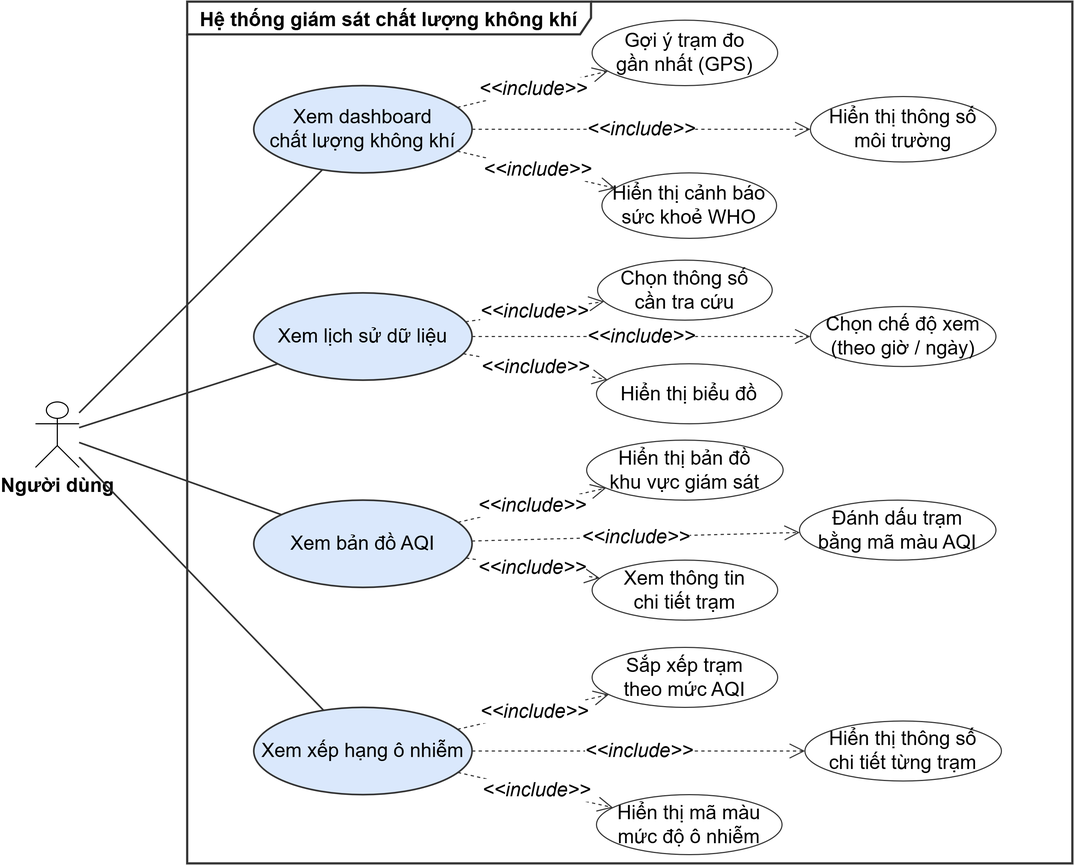
The draw.io diagram docs/SOICT_DATN_Application_VIE_Template/Hinhve/usecase_user.png in Ductham95/datn, before a commit. Source tidied: cells renumbered, new cells last; positions are measured from the earlier drawing's top-left corner, leaving out a move shared by most shapes.
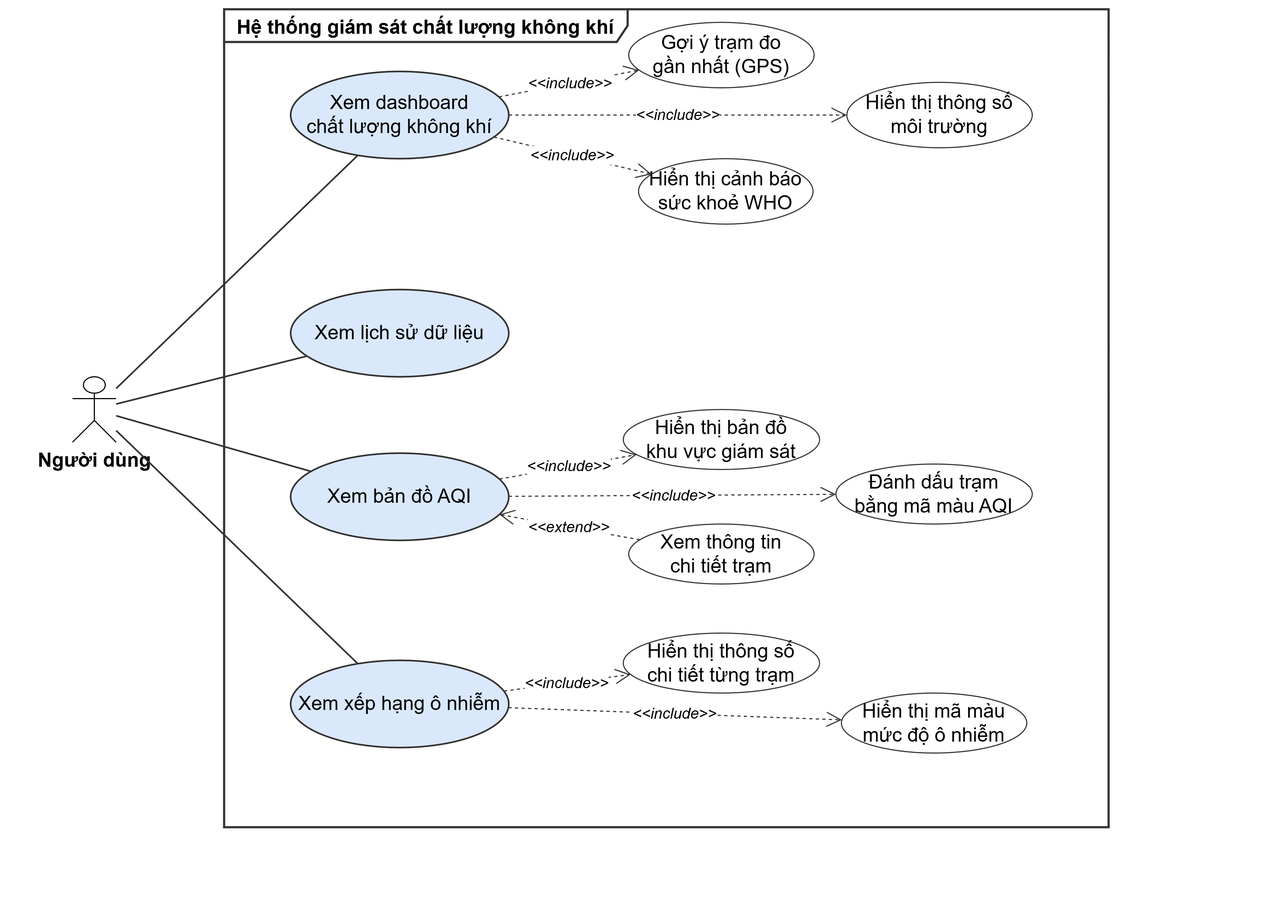
Above is the later version.

The edit, as a diff of the source:
```diff
@@ -3,58 +3,46 @@
     <mxCell id="0" />
     <mxCell id="1" parent="0" />
     <mxCell id="2" value="Hệ thống giám sát chất lượng không khí" style="shape=umlFrame;whiteSpace=wrap;html=1;width=370;height=30;boundedLbl=1;verticalAlign=top;align=left;spacingLeft=10;fontSize=18;fontStyle=1;fontFamily=Arial;fillColor=none;strokeColor=#333333;strokeWidth=2;" parent="1" vertex="1">
-      <mxGeometry x="139" width="811" height="790" as="geometry" />
+      <mxGeometry x="139" width="811" height="750" as="geometry" />
     </mxCell>
     <mxCell id="3" value="Người dùng" style="shape=umlActor;verticalLabelPosition=bottom;verticalAlign=top;html=1;outlineConnect=0;fontSize=18;fontFamily=Arial;fontStyle=1;" parent="1" vertex="1">
-      <mxGeometry y="367" width="40" height="60" as="geometry" />
+      <mxGeometry y="337" width="40" height="60" as="geometry" />
     </mxCell>
     <mxCell id="4" value="Xem dashboard&#10;chất lượng không khí" style="ellipse;whiteSpace=wrap;html=1;fontSize=18;fontFamily=Arial;fillColor=#DAE8FC;strokeColor=#333333;strokeWidth=1.5;" parent="1" vertex="1">
-      <mxGeometry x="200" y="77" width="200" height="80" as="geometry" />
+      <mxGeometry x="200" y="57" width="200" height="80" as="geometry" />
     </mxCell>
     <mxCell id="5" value="Gợi ý trạm đo&#10;gần nhất (GPS)" style="ellipse;whiteSpace=wrap;html=1;fontSize=18;fontFamily=Arial;fillColor=#FFFFFF;strokeColor=#333333;strokeWidth=1;" parent="1" vertex="1">
-      <mxGeometry x="510" y="17" width="170" height="60" as="geometry" />
+      <mxGeometry x="510" y="12" width="170" height="60" as="geometry" />
     </mxCell>
     <mxCell id="6" value="Hiển thị thông số&#10;môi trường" style="ellipse;whiteSpace=wrap;html=1;fontSize=18;fontFamily=Arial;fillColor=#FFFFFF;strokeColor=#333333;strokeWidth=1;" parent="1" vertex="1">
-      <mxGeometry x="710" y="87" width="170" height="60" as="geometry" />
+      <mxGeometry x="710" y="67" width="170" height="60" as="geometry" />
     </mxCell>
     <mxCell id="7" value="Hiển thị cảnh báo&#10;sức khoẻ WHO" style="ellipse;whiteSpace=wrap;html=1;fontSize=18;fontFamily=Arial;fillColor=#FFFFFF;strokeColor=#333333;strokeWidth=1;" parent="1" vertex="1">
-      <mxGeometry x="519" y="157" width="160" height="60" as="geometry" />
+      <mxGeometry x="519" y="137" width="160" height="60" as="geometry" />
     </mxCell>
     <mxCell id="8" value="Xem lịch sử dữ liệu" style="ellipse;whiteSpace=wrap;html=1;fontSize=18;fontFamily=Arial;fillColor=#DAE8FC;strokeColor=#333333;strokeWidth=1.5;" parent="1" vertex="1">
-      <mxGeometry x="200" y="267" width="200" height="80" as="geometry" />
+      <mxGeometry x="200" y="257" width="200" height="80" as="geometry" />
     </mxCell>
-    <mxCell id="9" value="Chọn thông số&#10;cần tra cứu" style="ellipse;whiteSpace=wrap;html=1;fontSize=18;fontFamily=Arial;fillColor=#FFFFFF;strokeColor=#333333;strokeWidth=1;" parent="1" vertex="1">
-      <mxGeometry x="515" y="237" width="160" height="55" as="geometry" />
-    </mxCell>
-    <mxCell id="10" value="Chọn chế độ xem&#10;(theo giờ / ngày)" style="ellipse;whiteSpace=wrap;html=1;fontSize=18;fontFamily=Arial;fillColor=#FFFFFF;strokeColor=#333333;strokeWidth=1;" parent="1" vertex="1">
-      <mxGeometry x="710" y="279.5" width="170" height="55" as="geometry" />
-    </mxCell>
-    <mxCell id="11" value="Hiển thị biểu đồ" style="ellipse;whiteSpace=wrap;html=1;fontSize=18;fontFamily=Arial;fillColor=#FFFFFF;strokeColor=#333333;strokeWidth=1;" parent="1" vertex="1">
-      <mxGeometry x="514" y="332" width="170" height="55" as="geometry" />
-    </mxCell>
     <mxCell id="12" value="Xem bản đồ AQI" style="ellipse;whiteSpace=wrap;html=1;fontSize=18;fontFamily=Arial;fillColor=#DAE8FC;strokeColor=#333333;strokeWidth=1.5;" parent="1" vertex="1">
-      <mxGeometry x="200" y="457" width="200" height="80" as="geometry" />
+      <mxGeometry x="200" y="407" width="200" height="80" as="geometry" />
     </mxCell>
     <mxCell id="13" value="Hiển thị bản đồ&#10;khu vực giám sát" style="ellipse;whiteSpace=wrap;html=1;fontSize=18;fontFamily=Arial;fillColor=#FFFFFF;strokeColor=#333333;strokeWidth=1;" parent="1" vertex="1">
-      <mxGeometry x="505" y="402" width="180" height="55" as="geometry" />
+      <mxGeometry x="505" y="367" width="180" height="55" as="geometry" />
     </mxCell>
     <mxCell id="14" value="Đánh dấu trạm&#10;bằng mã màu AQI" style="ellipse;whiteSpace=wrap;html=1;fontSize=18;fontFamily=Arial;fillColor=#FFFFFF;strokeColor=#333333;strokeWidth=1;" parent="1" vertex="1">
-      <mxGeometry x="700" y="457" width="180" height="55" as="geometry" />
+      <mxGeometry x="700" y="417" width="180" height="55" as="geometry" />
     </mxCell>
     <mxCell id="15" value="Xem thông tin&#10;chi tiết trạm" style="ellipse;whiteSpace=wrap;html=1;fontSize=18;fontFamily=Arial;fillColor=#FFFFFF;strokeColor=#333333;strokeWidth=1;" parent="1" vertex="1">
-      <mxGeometry x="510" y="512" width="170" height="55" as="geometry" />
+      <mxGeometry x="510" y="472" width="170" height="55" as="geometry" />
     </mxCell>
     <mxCell id="16" value="Xem xếp hạng ô nhiễm" style="ellipse;whiteSpace=wrap;html=1;fontSize=18;fontFamily=Arial;fillColor=#DAE8FC;strokeColor=#333333;strokeWidth=1.5;" parent="1" vertex="1">
-      <mxGeometry x="200" y="647" width="200" height="80" as="geometry" />
+      <mxGeometry x="200" y="597" width="200" height="80" as="geometry" />
     </mxCell>
-    <mxCell id="17" value="Sắp xếp trạm&#10;theo mức AQI" style="ellipse;whiteSpace=wrap;html=1;fontSize=18;fontFamily=Arial;fillColor=#FFFFFF;strokeColor=#333333;strokeWidth=1;" parent="1" vertex="1">
-      <mxGeometry x="510" y="592" width="170" height="55" as="geometry" />
-    </mxCell>
     <mxCell id="18" value="Hiển thị thông số&#10;chi tiết từng trạm" style="ellipse;whiteSpace=wrap;html=1;fontSize=18;fontFamily=Arial;fillColor=#FFFFFF;strokeColor=#333333;strokeWidth=1;" parent="1" vertex="1">
-      <mxGeometry x="705" y="659.5" width="180" height="55" as="geometry" />
+      <mxGeometry x="505" y="572" width="180" height="55" as="geometry" />
     </mxCell>
     <mxCell id="19" value="Hiển thị mã màu&#10;mức độ ô nhiễm" style="ellipse;whiteSpace=wrap;html=1;fontSize=18;fontFamily=Arial;fillColor=#FFFFFF;strokeColor=#333333;strokeWidth=1;" parent="1" vertex="1">
-      <mxGeometry x="514" y="727" width="170" height="55" as="geometry" />
+      <mxGeometry x="705" y="627" width="170" height="55" as="geometry" />
     </mxCell>
     <mxCell id="20" style="endArrow=none;html=1;strokeColor=#333333;strokeWidth=1.5;fontSize=18;" parent="1" edge="1" source="3" target="4">
       <mxGeometry relative="1" as="geometry" />
@@ -68,40 +56,28 @@
     <mxCell id="23" style="endArrow=none;html=1;strokeColor=#333333;strokeWidth=1.5;fontSize=18;" parent="1" edge="1" source="3" target="16">
       <mxGeometry relative="1" as="geometry" />
     </mxCell>
-    <mxCell id="24" value="&lt;i&gt;&amp;lt;&amp;lt;include&amp;gt;&amp;gt;&lt;/i&gt;" style="endArrow=open;endSize=12;dashed=1;html=1;fontSize=18;fontFamily=Arial;strokeColor=#333333;" parent="1" edge="1" source="4" target="5">
+    <mxCell id="24" value="&lt;i&gt;&amp;lt;&amp;lt;include&amp;gt;&amp;gt;&lt;/i&gt;" style="endArrow=open;endSize=12;dashed=1;html=1;fontSize=14;fontFamily=Arial;strokeColor=#333333;" parent="1" edge="1" source="4" target="5">
       <mxGeometry relative="1" as="geometry" />
     </mxCell>
-    <mxCell id="25" value="&lt;i&gt;&amp;lt;&amp;lt;include&amp;gt;&amp;gt;&lt;/i&gt;" style="endArrow=open;endSize=12;dashed=1;html=1;fontSize=18;fontFamily=Arial;strokeColor=#333333;" parent="1" edge="1" source="4" target="6">
+    <mxCell id="25" value="&lt;i&gt;&amp;lt;&amp;lt;include&amp;gt;&amp;gt;&lt;/i&gt;" style="endArrow=open;endSize=12;dashed=1;html=1;fontSize=14;fontFamily=Arial;strokeColor=#333333;" parent="1" edge="1" source="4" target="6">
       <mxGeometry relative="1" as="geometry" />
     </mxCell>
-    <mxCell id="26" value="&lt;i&gt;&amp;lt;&amp;lt;include&amp;gt;&amp;gt;&lt;/i&gt;" style="endArrow=open;endSize=12;dashed=1;html=1;fontSize=18;fontFamily=Arial;strokeColor=#333333;" parent="1" edge="1" source="4" target="7">
+    <mxCell id="26" value="&lt;i&gt;&amp;lt;&amp;lt;include&amp;gt;&amp;gt;&lt;/i&gt;" style="endArrow=open;endSize=12;dashed=1;html=1;fontSize=14;fontFamily=Arial;strokeColor=#333333;" parent="1" edge="1" source="4" target="7">
       <mxGeometry relative="1" as="geometry" />
     </mxCell>
-    <mxCell id="27" value="&lt;i&gt;&amp;lt;&amp;lt;include&amp;gt;&amp;gt;&lt;/i&gt;" style="endArrow=open;endSize=12;dashed=1;html=1;fontSize=18;fontFamily=Arial;strokeColor=#333333;" parent="1" edge="1" source="8" target="9">
-      <mxGeometry relative="1" as="geometry" />
-    </mxCell>
-    <mxCell id="28" value="&lt;i&gt;&amp;lt;&amp;lt;include&amp;gt;&amp;gt;&lt;/i&gt;" style="endArrow=open;endSize=12;dashed=1;html=1;fontSize=18;fontFamily=Arial;strokeColor=#333333;" parent="1" edge="1" source="8" target="10">
-      <mxGeometry relative="1" as="geometry" />
-    </mxCell>
-    <mxCell id="29" value="&lt;i&gt;&amp;lt;&amp;lt;include&amp;gt;&amp;gt;&lt;/i&gt;" style="endArrow=open;endSize=12;dashed=1;html=1;fontSize=18;fontFamily=Arial;strokeColor=#333333;" parent="1" edge="1" source="8" target="11">
-      <mxGeometry relative="1" as="geometry" />
-    </mxCell>
-    <mxCell id="30" value="&lt;i&gt;&amp;lt;&amp;lt;include&amp;gt;&amp;gt;&lt;/i&gt;" style="endArrow=open;endSize=12;dashed=1;html=1;fontSize=18;fontFamily=Arial;strokeColor=#333333;" parent="1" edge="1" source="12" target="13">
+    <mxCell id="30" value="&lt;i&gt;&amp;lt;&amp;lt;include&amp;gt;&amp;gt;&lt;/i&gt;" style="endArrow=open;endSize=12;dashed=1;html=1;fontSize=14;fontFamily=Arial;strokeColor=#333333;" parent="1" edge="1" source="12" target="13">
       <mxGeometry relative="1" as="geometry" />
     </mxCell>
-    <mxCell id="31" value="&lt;i&gt;&amp;lt;&amp;lt;include&amp;gt;&amp;gt;&lt;/i&gt;" style="endArrow=open;endSize=12;dashed=1;html=1;fontSize=18;fontFamily=Arial;strokeColor=#333333;" parent="1" edge="1" source="12" target="14">
+    <mxCell id="31" value="&lt;i&gt;&amp;lt;&amp;lt;include&amp;gt;&amp;gt;&lt;/i&gt;" style="endArrow=open;endSize=12;dashed=1;html=1;fontSize=14;fontFamily=Arial;strokeColor=#333333;" parent="1" edge="1" source="12" target="14">
       <mxGeometry relative="1" as="geometry" />
     </mxCell>
-    <mxCell id="32" value="&lt;i&gt;&amp;lt;&amp;lt;include&amp;gt;&amp;gt;&lt;/i&gt;" style="endArrow=open;endSize=12;dashed=1;html=1;fontSize=18;fontFamily=Arial;strokeColor=#333333;" parent="1" edge="1" source="12" target="15">
-      <mxGeometry relative="1" as="geometry" />
-    </mxCell>
-    <mxCell id="33" value="&lt;i&gt;&amp;lt;&amp;lt;include&amp;gt;&amp;gt;&lt;/i&gt;" style="endArrow=open;endSize=12;dashed=1;html=1;fontSize=18;fontFamily=Arial;strokeColor=#333333;" parent="1" edge="1" source="16" target="17">
-      <mxGeometry relative="1" as="geometry" />
-    </mxCell>
+    <mxCell id="36" value="&lt;i&gt;&amp;lt;&amp;lt;extend&amp;gt;&amp;gt;&lt;/i&gt;" style="endArrow=open;endSize=12;dashed=1;html=1;fontSize=14;fontFamily=Arial;strokeColor=#333333;" parent="1" edge="1" source="15" target="12">
+      <mxGeometry relative="1" as="geometry" />
+    </mxCell>
-    <mxCell id="34" value="&lt;i&gt;&amp;lt;&amp;lt;include&amp;gt;&amp;gt;&lt;/i&gt;" style="endArrow=open;endSize=12;dashed=1;html=1;fontSize=18;fontFamily=Arial;strokeColor=#333333;" parent="1" edge="1" source="16" target="18">
+    <mxCell id="34" value="&lt;i&gt;&amp;lt;&amp;lt;include&amp;gt;&amp;gt;&lt;/i&gt;" style="endArrow=open;endSize=12;dashed=1;html=1;fontSize=14;fontFamily=Arial;strokeColor=#333333;" parent="1" edge="1" source="16" target="18">
       <mxGeometry relative="1" as="geometry" />
     </mxCell>
-    <mxCell id="35" value="&lt;i&gt;&amp;lt;&amp;lt;include&amp;gt;&amp;gt;&lt;/i&gt;" style="endArrow=open;endSize=12;dashed=1;html=1;fontSize=18;fontFamily=Arial;strokeColor=#333333;" parent="1" edge="1" source="16" target="19">
+    <mxCell id="35" value="&lt;i&gt;&amp;lt;&amp;lt;include&amp;gt;&amp;gt;&lt;/i&gt;" style="endArrow=open;endSize=12;dashed=1;html=1;fontSize=14;fontFamily=Arial;strokeColor=#333333;" parent="1" edge="1" source="16" target="19">
       <mxGeometry relative="1" as="geometry" />
     </mxCell>
   </root>
```
